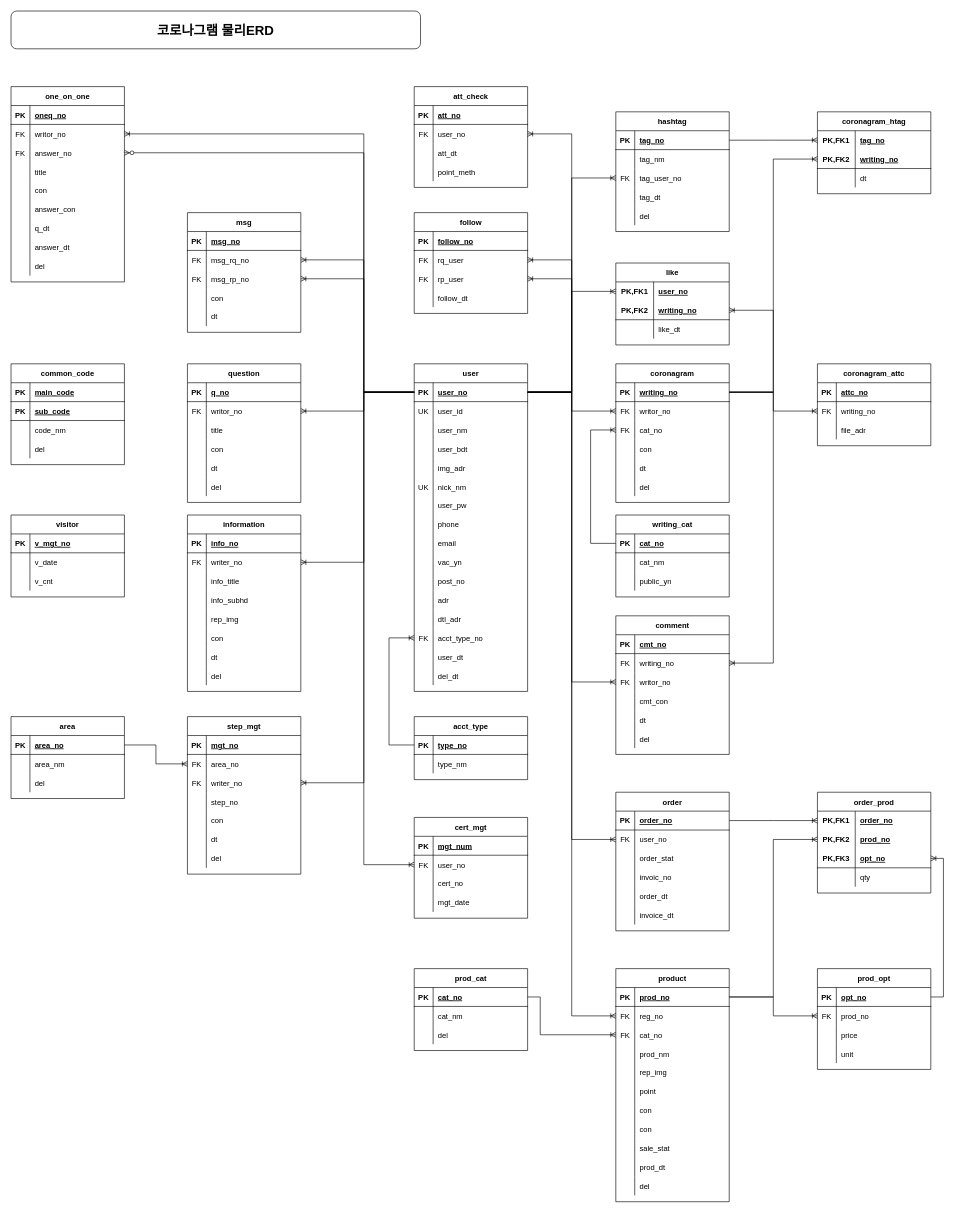
Earlier version of the draw.io diagram page "물리ERD" (2 of 2) of 논리ERD.drawio (fullishment/base). Source tidied: cells renumbered, new cells numbered last; positions are measured from the earlier drawing's top-left corner, leaving out a move shared by most shapes. Both pictures are drawn from the tidied source at 63%, with x=0, y=0 at pixel (11, 11).
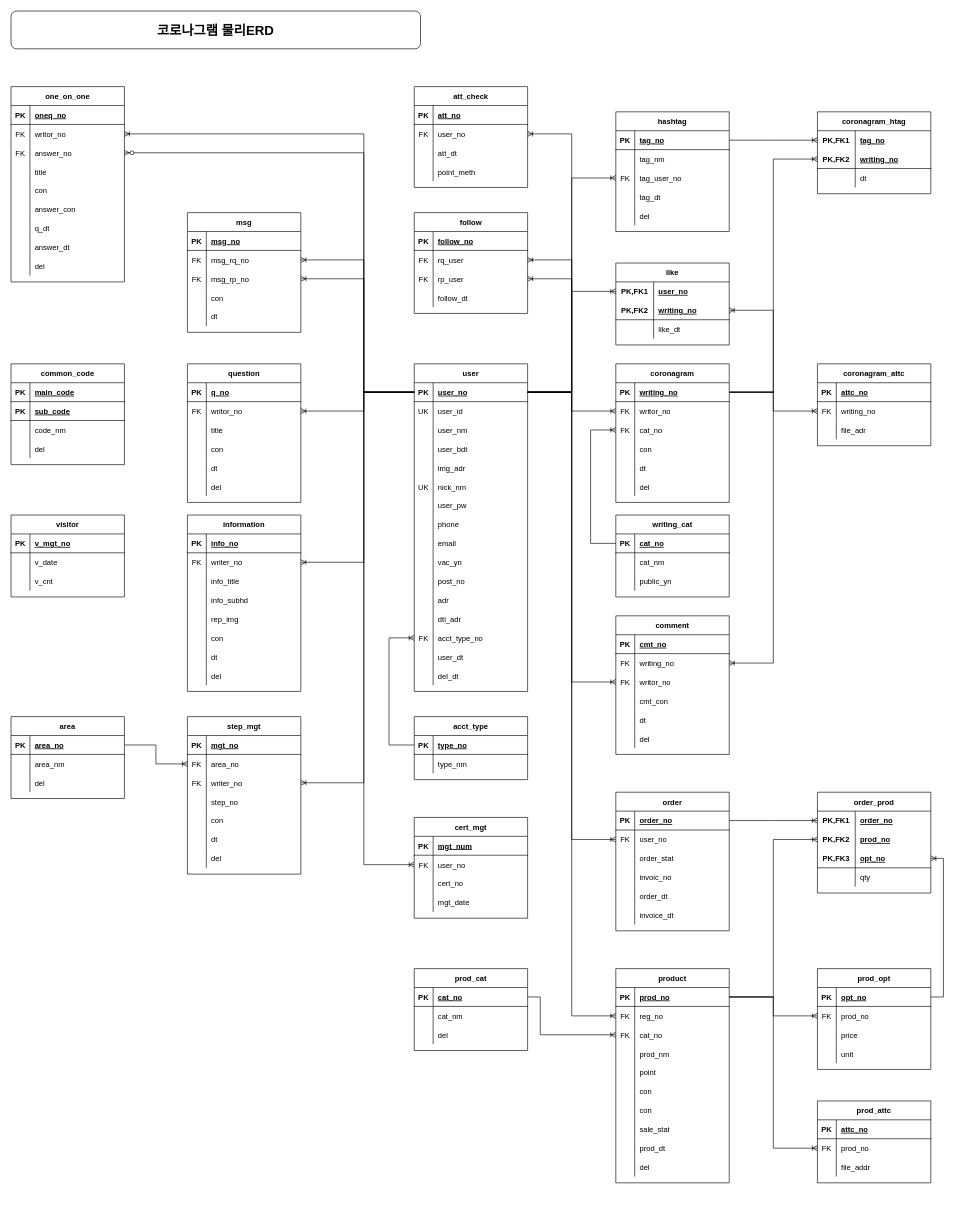
The same page after the edit.

Change to the diagram source:
```diff
@@
     <mxCell id="321" value="product" style="shape=table;startSize=30;childLayout=tableLayout;rowLines=0;fontStyle=1;align=center;" parent="1" vertex="1">
-      <mxGeometry x="960" y="1520" width="180" height="370" as="geometry" />
+      <mxGeometry x="960" y="1520" width="180" height="340" as="geometry" />
     </mxCell>
@@
-    <mxCell id="334" style="shape=partialRectangle;fillColor=none;top=0;left=0;bottom=0;right=0;" parent="321" vertex="1">
-      <mxGeometry y="150" width="180" height="30" as="geometry" />
-    </mxCell>
-    <mxCell id="335" style="shape=partialRectangle;fillColor=none;top=0;left=0;bottom=0;right=0;overflow=hidden;" parent="334" vertex="1">
-      <mxGeometry width="30" height="30" as="geometry" />
-    </mxCell>
-    <mxCell id="336" value="rep_img" style="shape=partialRectangle;fillColor=none;top=0;left=0;bottom=0;right=0;align=left;spacingLeft=6;overflow=hidden;" parent="334" vertex="1">
-      <mxGeometry x="30" width="150" height="30" as="geometry" />
-    </mxCell>
     <mxCell id="337" style="shape=partialRectangle;fillColor=none;top=0;left=0;bottom=0;right=0;" parent="321" vertex="1">
-      <mxGeometry y="180" width="180" height="30" as="geometry" />
+      <mxGeometry y="150" width="180" height="30" as="geometry" />
     </mxCell>
@@
     <mxCell id="340" style="shape=partialRectangle;fillColor=none;top=0;left=0;bottom=0;right=0;" parent="321" vertex="1">
-      <mxGeometry y="210" width="180" height="30" as="geometry" />
+      <mxGeometry y="180" width="180" height="30" as="geometry" />
     </mxCell>
@@
     <mxCell id="343" style="shape=partialRectangle;fillColor=none;top=0;left=0;bottom=0;right=0;" parent="321" vertex="1">
-      <mxGeometry y="240" width="180" height="30" as="geometry" />
+      <mxGeometry y="210" width="180" height="30" as="geometry" />
     </mxCell>
@@
     <mxCell id="346" style="shape=partialRectangle;fillColor=none;top=0;left=0;bottom=0;right=0;" parent="321" vertex="1">
-      <mxGeometry y="270" width="180" height="30" as="geometry" />
+      <mxGeometry y="240" width="180" height="30" as="geometry" />
     </mxCell>
@@
     <mxCell id="349" style="shape=partialRectangle;fillColor=none;top=0;left=0;bottom=0;right=0;" parent="321" vertex="1">
-      <mxGeometry y="300" width="180" height="30" as="geometry" />
+      <mxGeometry y="270" width="180" height="30" as="geometry" />
     </mxCell>
@@
     <mxCell id="352" style="shape=partialRectangle;fillColor=none;top=0;left=0;bottom=0;right=0;" parent="321" vertex="1">
-      <mxGeometry y="330" width="180" height="30" as="geometry" />
+      <mxGeometry y="300" width="180" height="30" as="geometry" />
     </mxCell>
@@
+    <mxCell id="454" value="prod_attc" style="shape=table;startSize=30;childLayout=tableLayout;rowLines=0;fontStyle=1;align=center;" parent="1" vertex="1">
+      <mxGeometry x="1280" y="1730" width="180" height="130" as="geometry" />
+    </mxCell>
+    <mxCell id="455" style="shape=partialRectangle;fillColor=none;top=0;left=0;bottom=1;right=0;" parent="454" vertex="1">
+      <mxGeometry y="30" width="180" height="30" as="geometry" />
+    </mxCell>
+    <mxCell id="456" value="PK" style="shape=partialRectangle;fillColor=none;top=0;left=0;bottom=0;right=0;fontStyle=1;overflow=hidden;" parent="455" vertex="1">
+      <mxGeometry width="30" height="30" as="geometry" />
+    </mxCell>
+    <mxCell id="457" value="attc_no" style="shape=partialRectangle;fillColor=none;top=0;left=0;bottom=0;right=0;align=left;spacingLeft=6;fontStyle=5;overflow=hidden;" parent="455" vertex="1">
+      <mxGeometry x="30" width="150" height="30" as="geometry" />
+    </mxCell>
+    <mxCell id="458" style="shape=partialRectangle;fillColor=none;top=0;left=0;bottom=0;right=0;points=[[0,0.5],[1,0.5]];portConstraint=eastwest;" parent="454" vertex="1">
+      <mxGeometry y="60" width="180" height="30" as="geometry" />
+    </mxCell>
+    <mxCell id="459" value="FK" style="shape=partialRectangle;fillColor=none;top=0;left=0;bottom=0;right=0;overflow=hidden;" parent="458" vertex="1">
+      <mxGeometry width="30" height="30" as="geometry" />
+    </mxCell>
+    <mxCell id="460" value="prod_no" style="shape=partialRectangle;fillColor=none;top=0;left=0;bottom=0;right=0;align=left;spacingLeft=6;overflow=hidden;" parent="458" vertex="1">
+      <mxGeometry x="30" width="150" height="30" as="geometry" />
+    </mxCell>
+    <mxCell id="461" style="shape=partialRectangle;fillColor=none;top=0;left=0;bottom=0;right=0;" parent="454" vertex="1">
+      <mxGeometry y="90" width="180" height="30" as="geometry" />
+    </mxCell>
+    <mxCell id="335" style="shape=partialRectangle;fillColor=none;top=0;left=0;bottom=0;right=0;overflow=hidden;" parent="461" vertex="1">
+      <mxGeometry width="30" height="30" as="geometry" />
+    </mxCell>
+    <mxCell id="462" value="file_addr" style="shape=partialRectangle;fillColor=none;top=0;left=0;bottom=0;right=0;align=left;spacingLeft=6;overflow=hidden;" parent="461" vertex="1">
+      <mxGeometry x="30" width="150" height="30" as="geometry" />
+    </mxCell>
+    <mxCell id="463" style="edgeStyle=elbowEdgeStyle;fontSize=12;html=1;endArrow=ERoneToMany;rounded=0;entryX=0;entryY=0.5;entryDx=0;entryDy=0;exitX=1;exitY=0.5;exitDx=0;exitDy=0;" parent="1" edge="1" target="458">
+      <mxGeometry relative="1" as="geometry">
+        <mxPoint x="1140" y="1565" as="sourcePoint" />
+        <Array as="points">
+          <mxPoint x="1210" y="1640" />
+        </Array>
+      </mxGeometry>
+    </mxCell>
```
